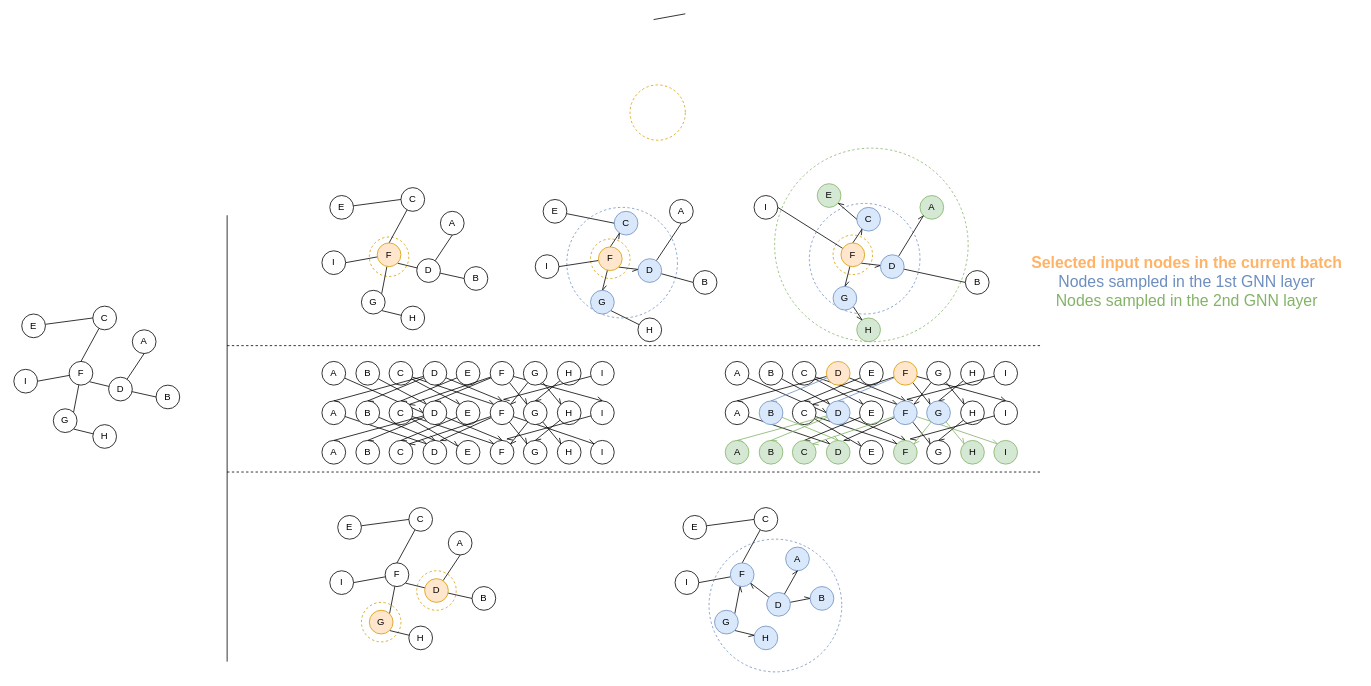
LNqwn/BISHE-GRAPH keeps this draw.io diagram as sampling method.drawio. Above is the earlier version. Source tidied: cells renumbered, new cells numbered last; positions are measured from the earlier drawing's top-left corner, leaving out a move shared by most shapes. Both pictures are drawn from the tidied source at 79%, with x=0, y=0 at pixel (13, 13).
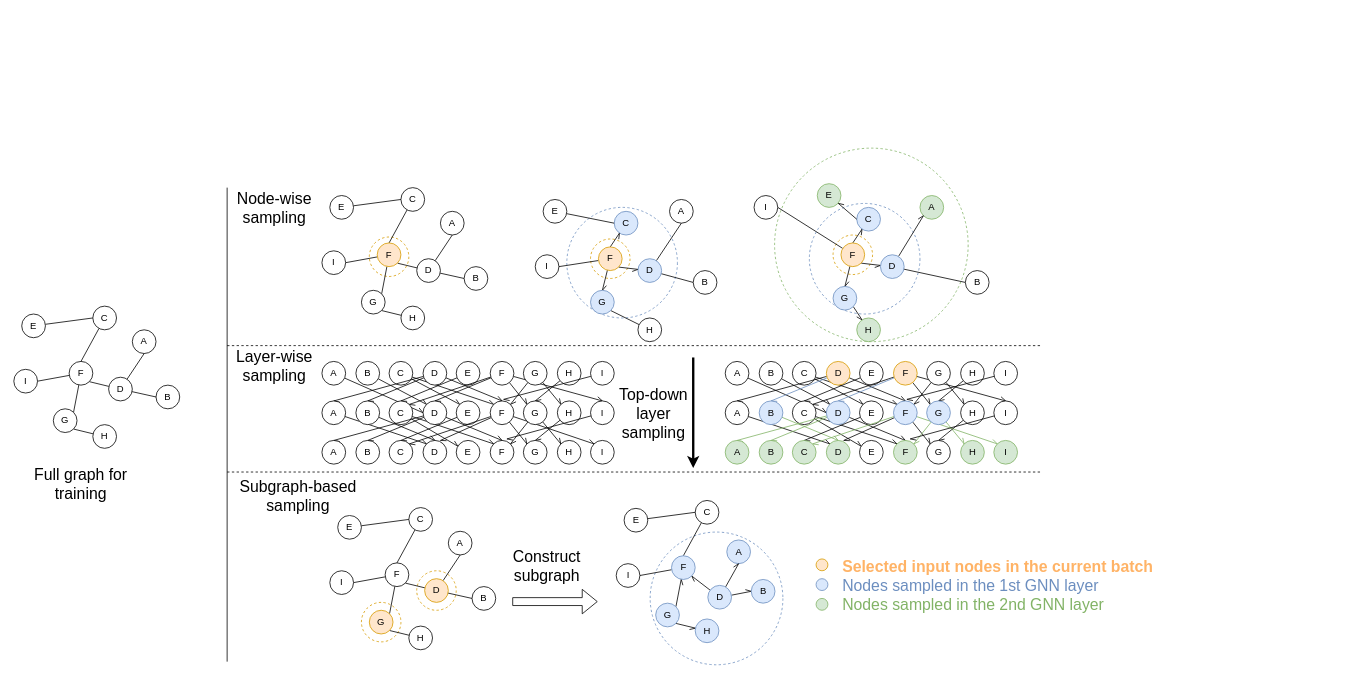
The same page after the edit.

Change to the diagram source:
```diff
@@
     <mxCell id="2" style="ellipse;whiteSpace=wrap;html=1;dashed=1;strokeColor=#6C8EBF;" parent="1" vertex="1">
-      <mxGeometry x="880" y="665" width="168" height="168" as="geometry" />
+      <mxGeometry x="805.5" y="656" width="168" height="168" as="geometry" />
     </mxCell>
@@
-    <mxCell id="8" style="edgeStyle=none;shape=connector;rounded=0;orthogonalLoop=1;jettySize=auto;html=1;entryX=1;entryY=0.5;entryDx=0;entryDy=0;strokeColor=default;align=center;verticalAlign=middle;fontFamily=Helvetica;fontSize=11;fontColor=default;labelBackgroundColor=default;endArrow=none;endFill=0;" parent="1" edge="1">
-      <mxGeometry relative="1" as="geometry">
-        <mxPoint x="850" as="sourcePoint" />
-        <mxPoint x="809.8" y="7.3" as="targetPoint" />
-      </mxGeometry>
-    </mxCell>
@@
     <mxCell id="10" style="endArrow=none;html=1;rounded=0;" parent="1" edge="1">
       <mxGeometry relative="1" as="geometry">
         <mxPoint x="270" y="820" as="sourcePoint" />
-        <mxPoint x="270" y="255" as="targetPoint" />
+        <mxPoint x="270" y="220" as="targetPoint" />
       </mxGeometry>
     </mxCell>
@@
-    <mxCell id="64" value="&lt;font style=&quot;color: rgb(255, 179, 102); font-size: 20px;&quot;&gt;&lt;b style=&quot;&quot;&gt;Selected input nodes in the current batch&lt;/b&gt;&lt;/font&gt;&lt;div&gt;&lt;font style=&quot;font-size: 20px; color: rgb(108, 142, 191);&quot;&gt;Nodes sampled in the 1st GNN layer&lt;/font&gt;&lt;/div&gt;&lt;div&gt;&lt;font style=&quot;font-size: 20px; color: rgb(130, 179, 102);&quot;&gt;Nodes sampled in the 2nd GNN layer&lt;/font&gt;&lt;/div&gt;" style="text;html=1;align=center;verticalAlign=middle;whiteSpace=wrap;rounded=0;fontFamily=Helvetica;fontSize=11;fontColor=default;labelBackgroundColor=default;" parent="1" vertex="1">
-      <mxGeometry x="1270" y="291" width="430" height="94" as="geometry" />
+    <mxCell id="64" value="&lt;font style=&quot;color: rgb(255, 179, 102); font-size: 20px;&quot;&gt;&lt;b style=&quot;&quot;&gt;Selected input nodes in the current batch&lt;/b&gt;&lt;/font&gt;&lt;div&gt;&lt;font style=&quot;font-size: 20px; color: rgb(108, 142, 191);&quot;&gt;Nodes sampled in the 1st GNN layer&lt;/font&gt;&lt;/div&gt;&lt;div&gt;&lt;font style=&quot;font-size: 20px; color: rgb(130, 179, 102);&quot;&gt;Nodes sampled in the 2nd GNN layer&lt;/font&gt;&lt;/div&gt;" style="text;html=1;align=left;verticalAlign=middle;whiteSpace=wrap;rounded=0;fontFamily=Helvetica;fontSize=11;fontColor=default;labelBackgroundColor=default;" parent="1" vertex="1">
+      <mxGeometry x="1047" y="675.5" width="530" height="94" as="geometry" />
     </mxCell>
-    <mxCell id="65" style="ellipse;whiteSpace=wrap;html=1;dashed=1;strokeColor=#D79B00;" parent="1" vertex="1">
-      <mxGeometry x="780" y="90" width="70" height="70" as="geometry" />
-    </mxCell>
@@
     <mxCell id="160" value="A" style="ellipse;whiteSpace=wrap;html=1;fillColor=#dae8fc;strokeColor=#6c8ebf;" parent="1" vertex="1">
-      <mxGeometry x="977" y="675" width="30" height="30" as="geometry" />
+      <mxGeometry x="902.5" y="666" width="30" height="30" as="geometry" />
     </mxCell>
@@
     <mxCell id="164" value="D" style="ellipse;whiteSpace=wrap;html=1;fillColor=#dae8fc;strokeColor=#6c8ebf;" parent="1" vertex="1">
-      <mxGeometry x="953" y="732.5" width="30" height="30" as="geometry" />
+      <mxGeometry x="878.5" y="723.5" width="30" height="30" as="geometry" />
     </mxCell>
     <mxCell id="165" value="B" style="ellipse;whiteSpace=wrap;html=1;fillColor=#dae8fc;strokeColor=#6c8ebf;" parent="1" vertex="1">
-      <mxGeometry x="1008" y="725" width="30" height="30" as="geometry" />
+      <mxGeometry x="933.5" y="716" width="30" height="30" as="geometry" />
     </mxCell>
@@
     <mxCell id="167" value="H" style="ellipse;whiteSpace=wrap;html=1;fillColor=#dae8fc;strokeColor=#6c8ebf;" parent="1" vertex="1">
-      <mxGeometry x="937" y="775" width="30" height="30" as="geometry" />
+      <mxGeometry x="862.5" y="766" width="30" height="30" as="geometry" />
     </mxCell>
@@
     <mxCell id="169" value="C" style="ellipse;whiteSpace=wrap;html=1;" parent="1" vertex="1">
-      <mxGeometry x="937" y="625" width="30" height="30" as="geometry" />
+      <mxGeometry x="862.5" y="616" width="30" height="30" as="geometry" />
     </mxCell>
@@
     <mxCell id="172" value="F" style="ellipse;whiteSpace=wrap;html=1;fillColor=#dae8fc;strokeColor=#6c8ebf;" parent="1" vertex="1">
-      <mxGeometry x="907" y="695" width="30" height="30" as="geometry" />
+      <mxGeometry x="832.5" y="686" width="30" height="30" as="geometry" />
     </mxCell>
     <mxCell id="173" value="G" style="ellipse;whiteSpace=wrap;html=1;fillColor=#dae8fc;strokeColor=#6c8ebf;" parent="1" vertex="1">
-      <mxGeometry x="887" y="755" width="30" height="30" as="geometry" />
+      <mxGeometry x="812.5" y="746" width="30" height="30" as="geometry" />
     </mxCell>
@@
     <mxCell id="175" value="E" style="ellipse;whiteSpace=wrap;html=1;" parent="1" vertex="1">
-      <mxGeometry x="847" y="635" width="30" height="30" as="geometry" />
+      <mxGeometry x="772.5" y="626" width="30" height="30" as="geometry" />
     </mxCell>
     <mxCell id="176" value="I" style="ellipse;whiteSpace=wrap;html=1;" parent="1" vertex="1">
-      <mxGeometry x="837" y="705" width="30" height="30" as="geometry" />
+      <mxGeometry x="762.5" y="696" width="30" height="30" as="geometry" />
     </mxCell>
@@
+    <mxCell id="237" value="&lt;font style=&quot;font-size: 20px;&quot;&gt;Full graph for training&lt;/font&gt;" style="text;html=1;align=center;verticalAlign=middle;whiteSpace=wrap;rounded=0;fontFamily=Helvetica;fontSize=11;fontColor=default;labelBackgroundColor=default;" parent="1" vertex="1">
+      <mxGeometry x="5" y="580" width="160" height="30" as="geometry" />
+    </mxCell>
+    <mxCell id="238" value="&lt;font style=&quot;font-size: 20px;&quot;&gt;Node-wise&lt;/font&gt;&lt;div&gt;&lt;font style=&quot;font-size: 20px;&quot;&gt;sampling&lt;/font&gt;&lt;/div&gt;" style="text;html=1;align=center;verticalAlign=middle;whiteSpace=wrap;rounded=0;fontFamily=Helvetica;fontSize=11;fontColor=default;labelBackgroundColor=default;" parent="1" vertex="1">
+      <mxGeometry x="250" y="230" width="160" height="30" as="geometry" />
+    </mxCell>
+    <mxCell id="239" value="&lt;font style=&quot;font-size: 20px;&quot;&gt;Layer-wise&lt;/font&gt;&lt;div&gt;&lt;font style=&quot;font-size: 20px;&quot;&gt;sampling&lt;/font&gt;&lt;/div&gt;" style="text;html=1;align=center;verticalAlign=middle;whiteSpace=wrap;rounded=0;fontFamily=Helvetica;fontSize=11;fontColor=default;labelBackgroundColor=default;" parent="1" vertex="1">
+      <mxGeometry x="250" y="430" width="160" height="30" as="geometry" />
+    </mxCell>
+    <mxCell id="240" value="&lt;font style=&quot;font-size: 20px;&quot;&gt;Subgraph-based&lt;/font&gt;&lt;div&gt;&lt;font style=&quot;font-size: 20px;&quot;&gt;sampling&lt;/font&gt;&lt;/div&gt;" style="text;html=1;align=center;verticalAlign=middle;whiteSpace=wrap;rounded=0;fontFamily=Helvetica;fontSize=11;fontColor=default;labelBackgroundColor=default;" parent="1" vertex="1">
+      <mxGeometry x="280" y="595" width="160" height="30" as="geometry" />
+    </mxCell>
+    <mxCell id="241" style="ellipse;whiteSpace=wrap;html=1;fillColor=#d5e8d4;strokeColor=#82b366;" parent="1" vertex="1">
+      <mxGeometry x="1015.5" y="740" width="15" height="15" as="geometry" />
+    </mxCell>
+    <mxCell id="242" style="ellipse;whiteSpace=wrap;html=1;fillColor=#dae8fc;strokeColor=#6c8ebf;" parent="1" vertex="1">
+      <mxGeometry x="1015.5" y="715" width="15" height="15" as="geometry" />
+    </mxCell>
+    <mxCell id="243" style="ellipse;whiteSpace=wrap;html=1;fillColor=#ffe6cc;strokeColor=#d79b00;" parent="1" vertex="1">
+      <mxGeometry x="1015.5" y="690" width="15" height="15" as="geometry" />
+    </mxCell>
+    <mxCell id="244" style="endArrow=classic;html=1;rounded=0;strokeColor=default;align=center;verticalAlign=middle;fontFamily=Helvetica;fontSize=11;fontColor=default;labelBackgroundColor=default;edgeStyle=none;strokeWidth=3;" parent="1" edge="1">
+      <mxGeometry relative="1" as="geometry">
+        <mxPoint x="860" y="435" as="sourcePoint" />
+        <mxPoint x="860" y="575" as="targetPoint" />
+      </mxGeometry>
+    </mxCell>
+    <mxCell id="245" value="&lt;font style=&quot;font-size: 20px;&quot;&gt;Top-down&lt;/font&gt;&lt;div&gt;&lt;span style=&quot;font-size: 20px;&quot;&gt;layer&lt;/span&gt;&lt;/div&gt;&lt;div&gt;&lt;span style=&quot;font-size: 20px;&quot;&gt;sampling&lt;/span&gt;&lt;/div&gt;" style="text;html=1;align=center;verticalAlign=middle;whiteSpace=wrap;rounded=0;fontFamily=Helvetica;fontSize=11;fontColor=default;labelBackgroundColor=default;" parent="1" vertex="1">
+      <mxGeometry x="730" y="490" width="160" height="30" as="geometry" />
+    </mxCell>
+    <mxCell id="246" style="shape=flexArrow;endArrow=classic;html=1;rounded=0;strokeColor=default;align=center;verticalAlign=middle;fontFamily=Helvetica;fontSize=11;fontColor=default;labelBackgroundColor=default;edgeStyle=none;" parent="1" edge="1">
+      <mxGeometry relative="1" as="geometry">
+        <mxPoint x="631" y="744" as="sourcePoint" />
+        <mxPoint x="739" y="744" as="targetPoint" />
+      </mxGeometry>
+    </mxCell>
+    <mxCell id="247" value="&lt;span style=&quot;font-size: 20px;&quot;&gt;Construct subgraph&lt;/span&gt;" style="text;html=1;align=center;verticalAlign=middle;whiteSpace=wrap;rounded=0;fontFamily=Helvetica;fontSize=11;fontColor=default;labelBackgroundColor=default;" parent="1" vertex="1">
+      <mxGeometry x="595" y="682.5" width="160" height="30" as="geometry" />
+    </mxCell>
```
